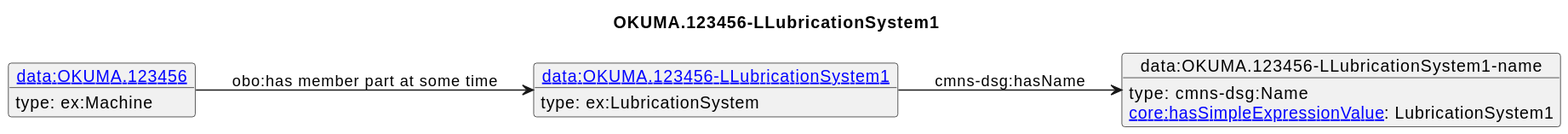
The PlantUML diagram diagrams/OKUMA.123456-LLubricationSystem1.svg in iofoundry/example-syseng-mtconnect, before a commit.
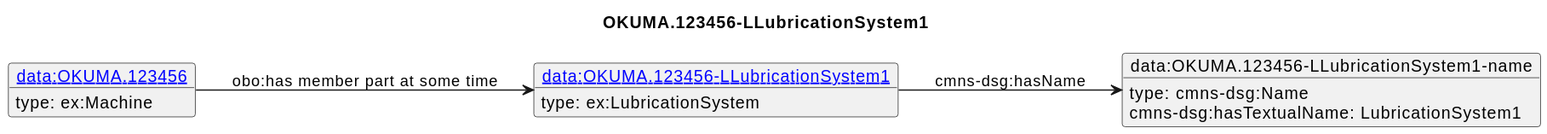
After the commit.

Diff of the diagram source:
```diff
@@ -12,6 +12,6 @@
  type: ex:Machine
 }
 o1 --> o2 : cmns-dsg:hasName
-o2 : [[https://spec.industrialontologies.org/ontology/core/Core/hasSimpleExpressionValue core:hasSimpleExpressionValue]]: LubricationSystem1
+o2 : cmns-dsg:hasTextualName: LubricationSystem1
 o3 --> o1 : obo:has member part at some time
 @enduml
```
